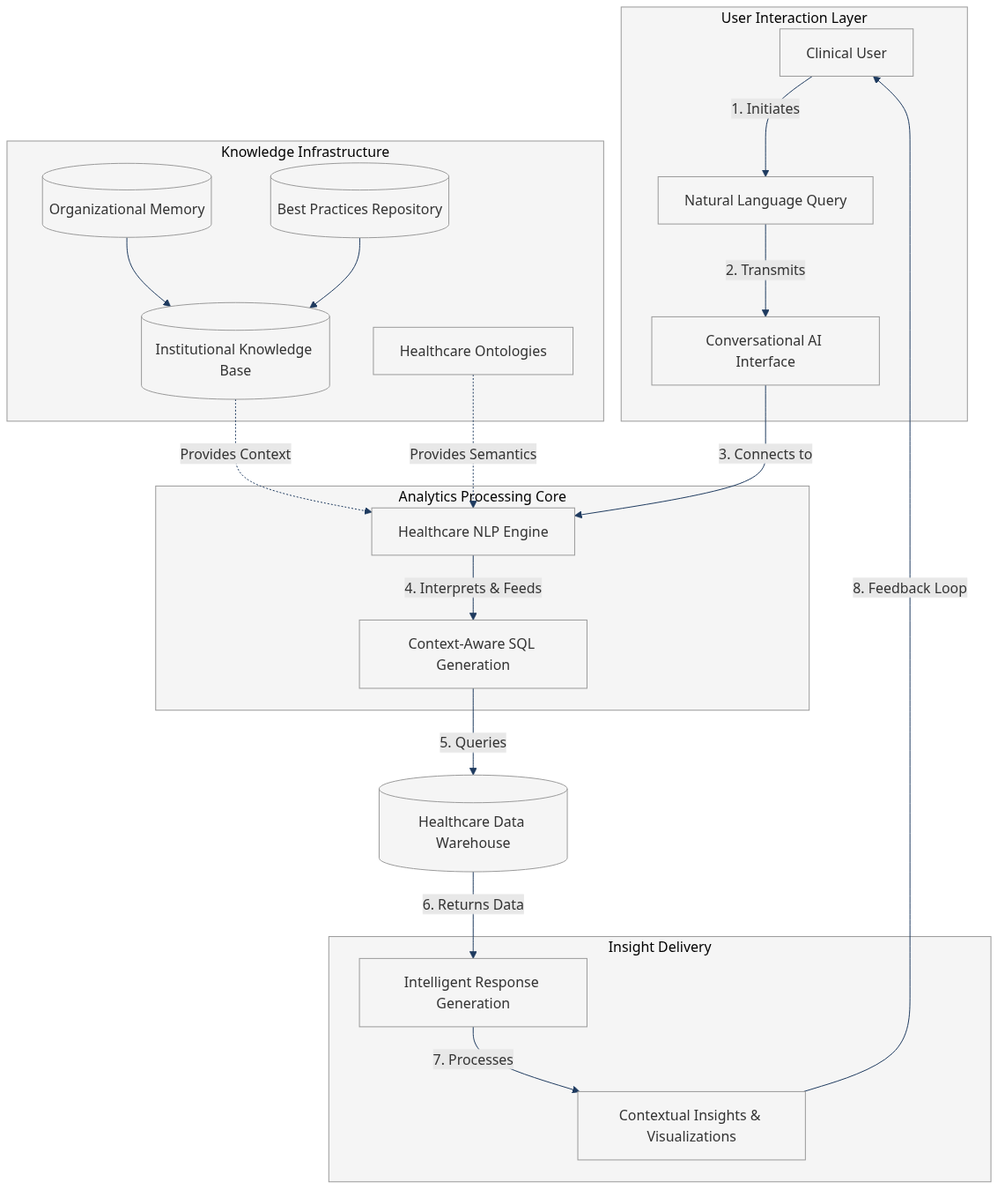
This is figures/architecture.mmd.png from stharrold/yuimedi-paper-20250901, a Mermaid export, as it was before one commit. Its source is kept beside it as figures/architecture.mmd. Its diagram source:
```mermaid
%%{init: {'theme': 'base', 'themeVariables': { 'primaryColor': '#f5f5f5', 'primaryTextColor': '#333', 'primaryBorderColor': '#999', 'lineColor': '#1E3A5F', 'secondaryColor': '#e8e8e8', 'tertiaryColor': '#fff'}}}%%
flowchart TD

    subgraph UI["User Interaction Layer"]
        A["Clinical User"] -->|"1. Initiates"| B["Natural Language Query"]
        B -->|"2. Transmits"| C["Conversational AI Interface"]
    end

    subgraph Knowledge["Knowledge Infrastructure"]
        D[("Organizational Memory")] --> G[("Institutional Knowledge Base")]
        E[("Best Practices Repository")] --> G
        F["Healthcare Ontologies"]
    end

    subgraph Engine["Analytics Processing Core"]
        H["Healthcare NLP Engine"] -->|"4. Interprets & Feeds"| I["Context-Aware SQL Generation"]
    end

    J[("Healthcare Data Warehouse")]

    subgraph Output["Insight Delivery"]
        K["Intelligent Response Generation"] -->|"7. Processes"| L["Contextual Insights & Visualizations"]
    end

    C -->|"3. Connects to"| H
    I -->|"5. Queries"| J
    J -->|"6. Returns Data"| K
    L -->|"8. Feedback Loop"| A

    G -.->|"Provides Context"| H
    F -.->|"Provides Semantics"| H

    style UI fill:#f5f5f5,stroke:#999
    style Knowledge fill:#f5f5f5,stroke:#999
    style Engine fill:#f5f5f5,stroke:#999
    style Output fill:#f5f5f5,stroke:#999
```
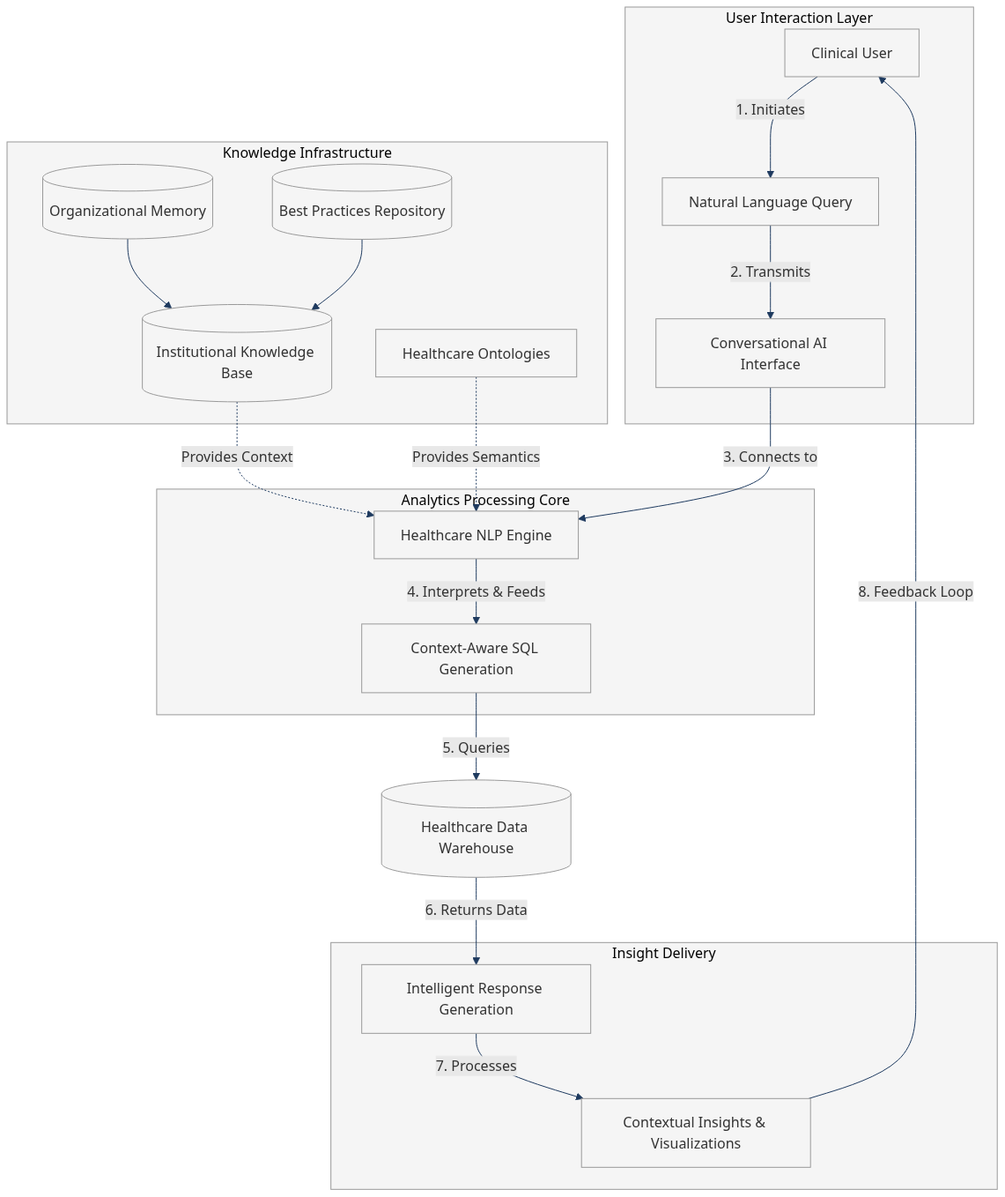
The same diagram one commit later.

Commit message:
fix(figures): use shorter subgraph label to avoid Mermaid truncation

Diff of the diagram source:
```diff
@@ -1,4 +1,4 @@
-%%{init: {'theme': 'base', 'themeVariables': { 'primaryColor': '#f5f5f5', 'primaryTextColor': '#333', 'primaryBorderColor': '#999', 'lineColor': '#1E3A5F', 'secondaryColor': '#e8e8e8', 'tertiaryColor': '#fff'}}}%%
+%%{init: {'theme': 'base', 'flowchart': {'useMaxWidth': false, 'markdownAutoWrap': false}, 'themeVariables': { 'primaryColor': '#f5f5f5', 'primaryTextColor': '#333', 'primaryBorderColor': '#999', 'lineColor': '#1E3A5F', 'secondaryColor': '#e8e8e8', 'tertiaryColor': '#fff'}}}%%
 flowchart TD
 
     subgraph UI["User Interaction Layer"]
```
